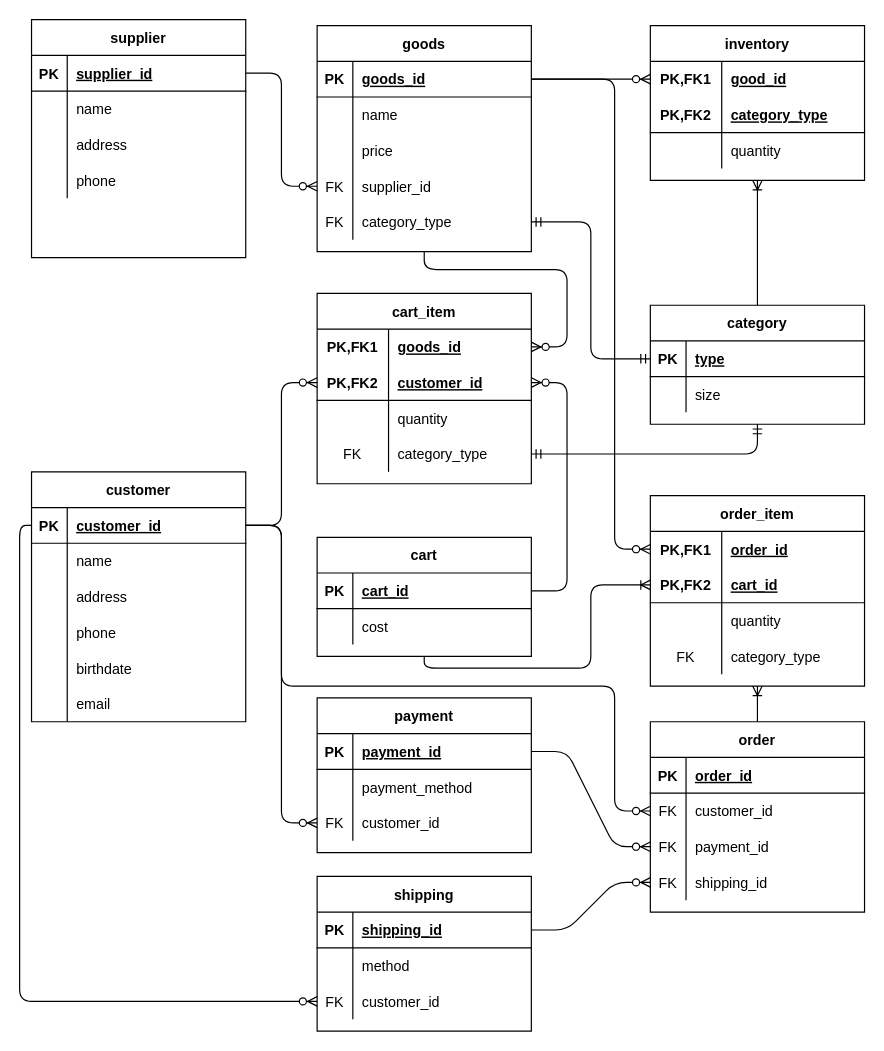
Earlier version of the draw.io diagram ermodel.drawio (BoshiLee/ecommerce). Source tidied: cells renumbered, new cells numbered last; positions are measured from the earlier drawing's top-left corner, leaving out a move shared by most shapes. Both pictures are drawn from the tidied source at 119%, with x=0, y=0 at pixel (31, 19).
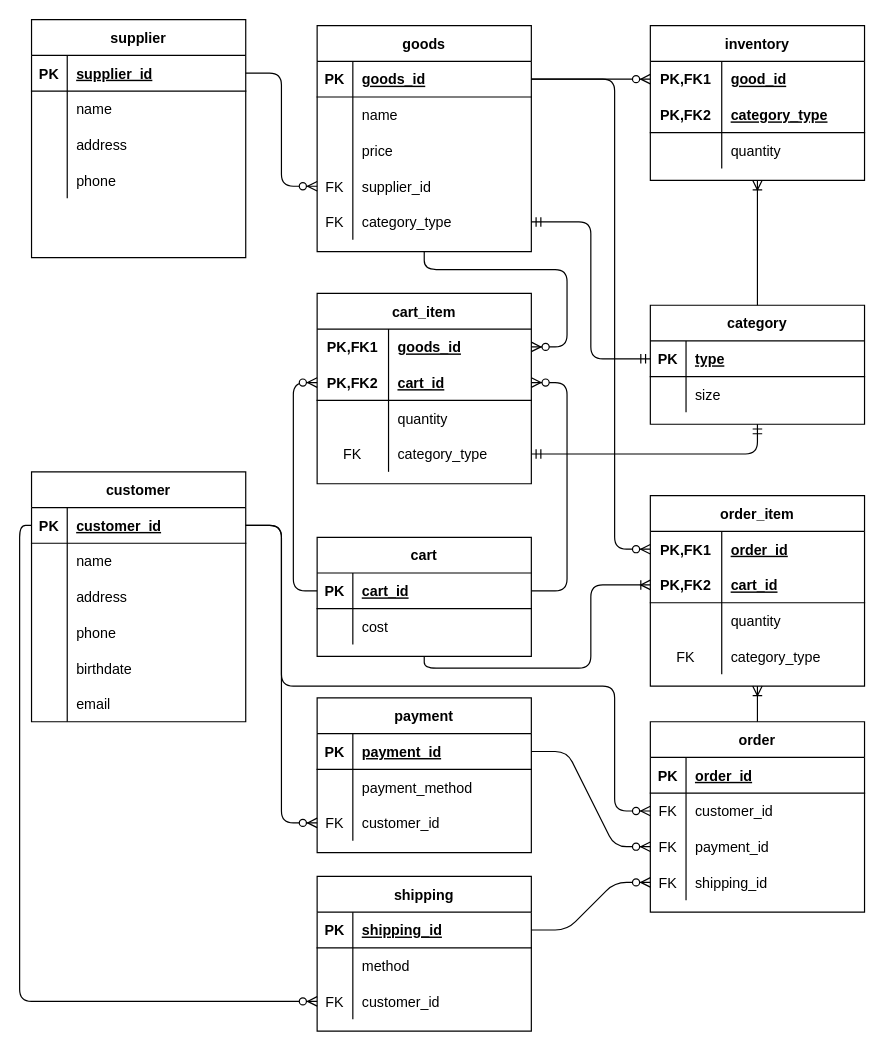
The same diagram, later.

The change refers to these unchanged cells:
```xml
<mxCell id="3" style="shape=partialRectangle;fillColor=none;top=0;left=0;bottom=1;right=0;points=[[0,0.5],[1,0.5]];portConstraint=eastwest;" parent="2" vertex="1">
  <mxGeometry y="30" width="180" height="30" as="geometry" />
</mxCell>
<mxCell id="68" style="shape=partialRectangle;fillColor=none;top=0;left=0;bottom=1;right=0;points=[[0,0.5],[1,0.5]];portConstraint=eastwest;" parent="67" vertex="1">
  <mxGeometry y="30" width="180" height="30" as="geometry" />
</mxCell>
<mxCell id="91" style="shape=partialRectangle;fillColor=none;top=0;left=0;bottom=1;right=0;points=[[0,0.5],[1,0.5]];portConstraint=eastwest;" parent="87" vertex="1">
  <mxGeometry y="60" width="180" height="30" as="geometry" />
</mxCell>
```

What changed in the source:
```diff
@@
-    <mxCell id="93" value="customer_id" style="shape=partialRectangle;fillColor=none;top=0;left=0;bottom=0;right=0;align=left;spacingLeft=6;fontStyle=5;overflow=hidden;" parent="91" vertex="1">
+    <mxCell id="93" value="cart_id" style="shape=partialRectangle;fillColor=none;top=0;left=0;bottom=0;right=0;align=left;spacingLeft=6;fontStyle=5;overflow=hidden;" parent="91" vertex="1">
       <mxGeometry x="60" width="120" height="30" as="geometry" />
     </mxCell>
@@
-    <mxCell id="117" style="edgeStyle=entityRelationEdgeStyle;fontSize=12;html=1;endArrow=ERzeroToMany;endFill=1;entryX=0;entryY=0.5;entryDx=0;entryDy=0;exitX=1;exitY=0.5;exitDx=0;exitDy=0;" parent="1" edge="1" source="3" target="91">
-      <mxGeometry relative="1" as="geometry" />
+    <mxCell id="117" style="edgeStyle=orthogonalEdgeStyle;fontSize=12;html=1;endArrow=ERzeroToMany;endFill=1;entryX=0;entryY=0.5;entryDx=0;entryDy=0;exitX=0;exitY=0.5;exitDx=0;exitDy=0;" parent="1" edge="1" source="68" target="91">
+      <mxGeometry relative="1" as="geometry">
+        <Array as="points">
+          <mxPoint x="220" y="480" />
+          <mxPoint x="220" y="305" />
+        </Array>
+      </mxGeometry>
     </mxCell>
```
